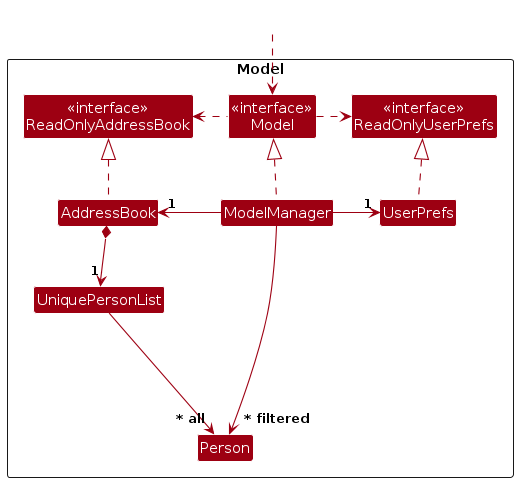
The PlantUML diagram diagrams/ModelClassDiagram.png in DiligentPenguinn/tp, before a commit. Its source is kept beside it as diagrams/ModelClassDiagram.puml. The source it was exported from:
```plantuml
@startuml
!include style.puml
skinparam arrowThickness 1.1
skinparam arrowColor MODEL_COLOR
skinparam classBackgroundColor MODEL_COLOR

Package Model as ModelPackage <<Rectangle>>{
Class "<<interface>>\nReadOnlyAddressBook" as ReadOnlyAddressBook
Class "<<interface>>\nReadOnlyUserPrefs" as ReadOnlyUserPrefs
Class "<<interface>>\nModel" as Model
Class AddressBook
Class ModelManager
Class UserPrefs

Class UniquePersonList
Class Person

Class I #FFFFFF
}

Class HiddenOutside #FFFFFF
HiddenOutside ..> Model

AddressBook .up.|> ReadOnlyAddressBook

ModelManager .up.|> Model
Model .right.> ReadOnlyUserPrefs
Model .left.> ReadOnlyAddressBook
ModelManager -left-> "1" AddressBook
ModelManager -right-> "1" UserPrefs
UserPrefs .up.|> ReadOnlyUserPrefs

AddressBook *--> "1" UniquePersonList
UniquePersonList --> "~* all" Person

Person -[hidden]up--> I
UniquePersonList -[hidden]right-> I

ModelManager --> "~* filtered" Person
@enduml
```
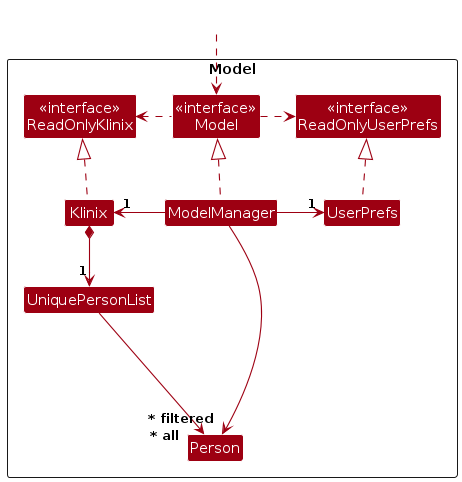
Above is the later version.

What changed in the source:
```diff
@@ -5,10 +5,10 @@
 skinparam classBackgroundColor MODEL_COLOR
 
 Package Model as ModelPackage <<Rectangle>>{
-Class "<<interface>>\nReadOnlyAddressBook" as ReadOnlyAddressBook
+Class "<<interface>>\nReadOnlyKlinix" as ReadOnlyKlinix
 Class "<<interface>>\nReadOnlyUserPrefs" as ReadOnlyUserPrefs
 Class "<<interface>>\nModel" as Model
-Class AddressBook
+Class Klinix
 Class ModelManager
 Class UserPrefs
 
@@ -21,16 +21,16 @@
 Class HiddenOutside #FFFFFF
 HiddenOutside ..> Model
 
-AddressBook .up.|> ReadOnlyAddressBook
+Klinix .up.|> ReadOnlyKlinix
 
 ModelManager .up.|> Model
 Model .right.> ReadOnlyUserPrefs
-Model .left.> ReadOnlyAddressBook
-ModelManager -left-> "1" AddressBook
+Model .left.> ReadOnlyKlinix
+ModelManager -left-> "1" Klinix
 ModelManager -right-> "1" UserPrefs
 UserPrefs .up.|> ReadOnlyUserPrefs
 
-AddressBook *--> "1" UniquePersonList
+Klinix *--> "1" UniquePersonList
 UniquePersonList --> "~* all" Person
 
 Person -[hidden]up--> I
```
